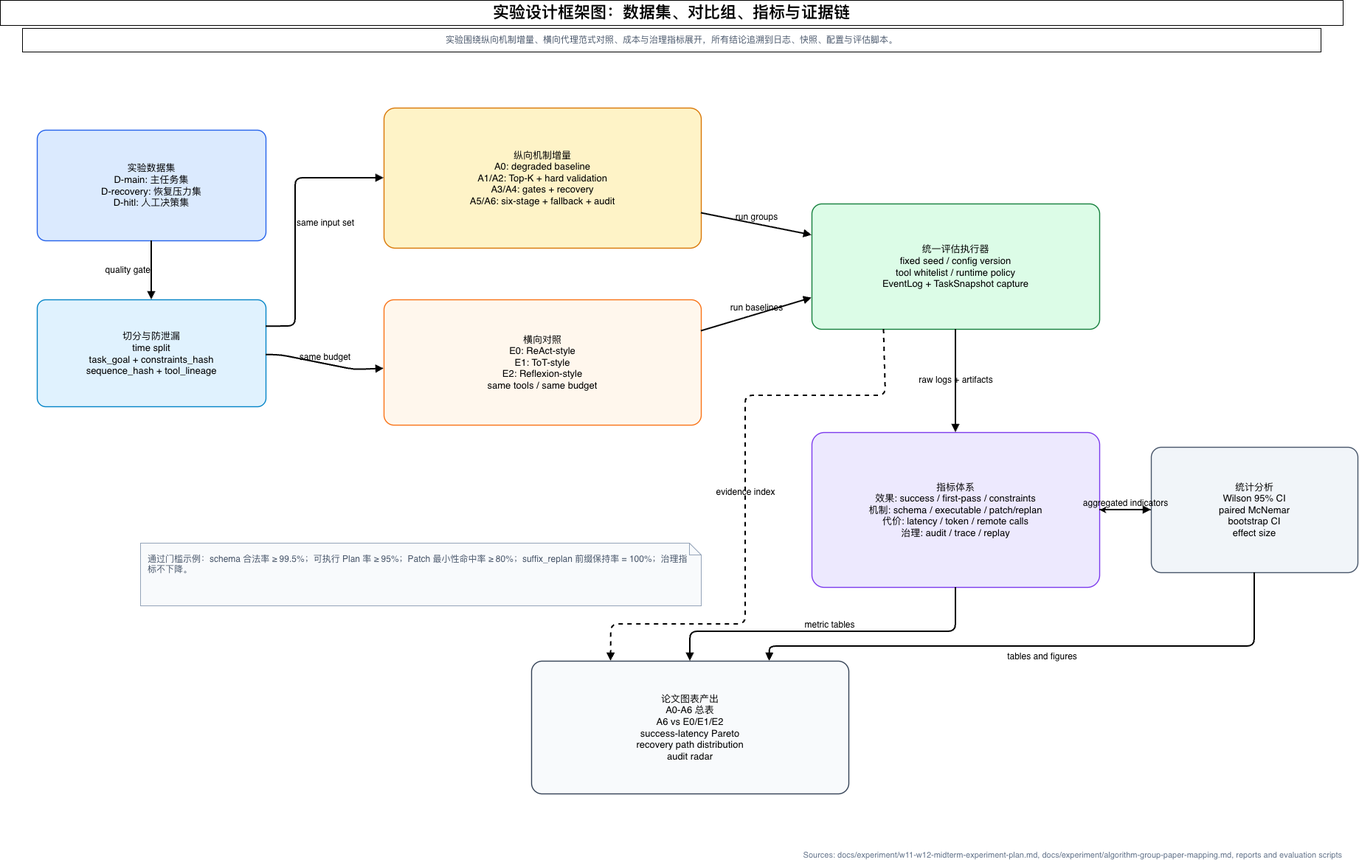
Earlier version of the draw.io export paper/figures/experiment-design-framework.drawio.png (Yuri-Kon/thesis-project). Source tidied: cells renumbered, new cells last; positions are measured from the earlier drawing's top-left corner, leaving out a move shared by most shapes.
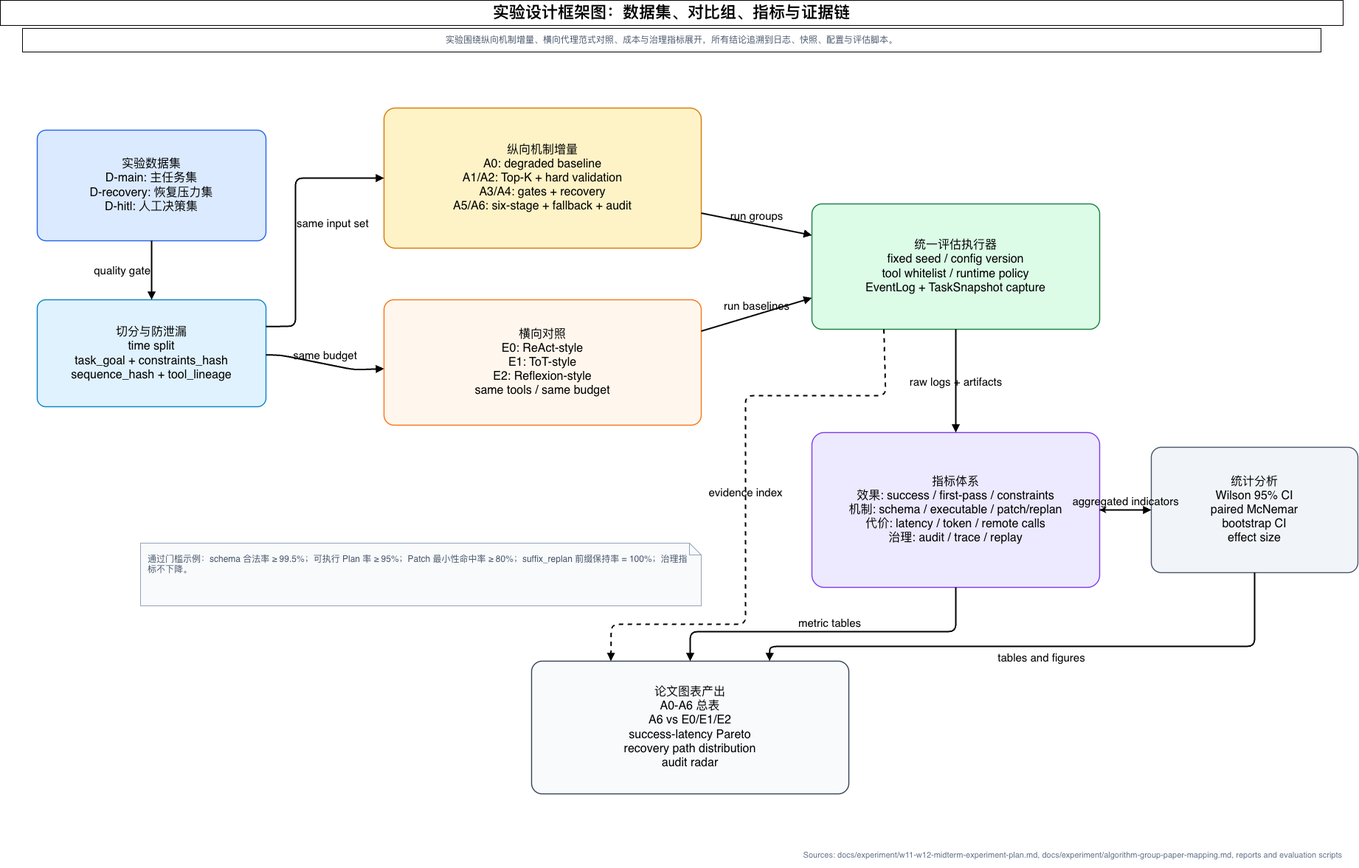
After the commit.

Change to the diagram source:
```diff
@@ -8,37 +8,40 @@
     <mxCell id="3" value="实验围绕纵向机制增量、横向代理范式对照、成本与治理指标展开，所有结论追溯到日志、快照、配置与评估脚本。" style="fontFamily=Helvetica;fontSize=12;fontColor=#475569;align=center;verticalAlign=middle;whiteSpace=wrap;html=1;" parent="1" vertex="1">
       <mxGeometry x="30" y="38" width="1760" height="32" as="geometry" />
     </mxCell>
-    <mxCell id="4" value="实验数据集&lt;br&gt;D-main: 主任务集&lt;br&gt;D-recovery: 恢复压力集&lt;br&gt;D-hitl: 人工决策集" style="rounded=1;whiteSpace=wrap;html=1;arcSize=8;fillColor=#DBEAFE;strokeColor=#2563EB;strokeWidth=1.4;fontFamily=Helvetica;fontSize=13;align=center;verticalAlign=middle;spacing=8;" parent="1" vertex="1">
+    <mxCell id="4" value="实验数据集&lt;br&gt;D-main: 主任务集&lt;br&gt;D-recovery: 恢复压力集&lt;br&gt;D-hitl: 人工决策集" style="rounded=1;whiteSpace=wrap;html=1;arcSize=8;fillColor=#DBEAFE;strokeColor=#2563EB;strokeWidth=1.4;fontFamily=Helvetica;fontSize=16;align=center;verticalAlign=middle;spacing=8;" parent="1" vertex="1">
       <mxGeometry x="50" y="176" width="310" height="150" as="geometry" />
     </mxCell>
-    <mxCell id="5" value="切分与防泄漏&lt;br&gt;time split&lt;br&gt;task_goal + constraints_hash&lt;br&gt;sequence_hash + tool_lineage" style="rounded=1;whiteSpace=wrap;html=1;arcSize=8;fillColor=#E0F2FE;strokeColor=#0284C7;strokeWidth=1.4;fontFamily=Helvetica;fontSize=13;align=center;verticalAlign=middle;spacing=8;" parent="1" vertex="1">
+    <mxCell id="5" value="切分与防泄漏&lt;br&gt;time split&lt;br&gt;task_goal + constraints_hash&lt;br&gt;sequence_hash + tool_lineage" style="rounded=1;whiteSpace=wrap;html=1;arcSize=8;fillColor=#E0F2FE;strokeColor=#0284C7;strokeWidth=1.4;fontFamily=Helvetica;fontSize=16;align=center;verticalAlign=middle;spacing=8;" parent="1" vertex="1">
       <mxGeometry x="50" y="406" width="310" height="145" as="geometry" />
     </mxCell>
-    <mxCell id="6" value="纵向机制增量&lt;br&gt;A0: degraded baseline&lt;br&gt;A1/A2: Top-K + hard validation&lt;br&gt;A3/A4: gates + recovery&lt;br&gt;A5/A6: six-stage + fallback + audit" style="rounded=1;whiteSpace=wrap;html=1;arcSize=8;fillColor=#FEF3C7;strokeColor=#D97706;strokeWidth=1.4;fontFamily=Helvetica;fontSize=13;align=center;verticalAlign=middle;spacing=8;" parent="1" vertex="1">
+    <mxCell id="6" value="纵向机制增量&lt;br&gt;A0: degraded baseline&lt;br&gt;A1/A2: Top-K + hard validation&lt;br&gt;A3/A4: gates + recovery&lt;br&gt;A5/A6: six-stage + fallback + audit" style="rounded=1;whiteSpace=wrap;html=1;arcSize=8;fillColor=#FEF3C7;strokeColor=#D97706;strokeWidth=1.4;fontFamily=Helvetica;fontSize=16;align=center;verticalAlign=middle;spacing=8;" parent="1" vertex="1">
       <mxGeometry x="520" y="146" width="430" height="190" as="geometry" />
     </mxCell>
-    <mxCell id="7" value="横向对照&lt;br&gt;E0: ReAct-style&lt;br&gt;E1: ToT-style&lt;br&gt;E2: Reflexion-style&lt;br&gt;same tools / same budget" style="rounded=1;whiteSpace=wrap;html=1;arcSize=8;fillColor=#FFF7ED;strokeColor=#F97316;strokeWidth=1.4;fontFamily=Helvetica;fontSize=13;align=center;verticalAlign=middle;spacing=8;" parent="1" vertex="1">
+    <mxCell id="7" value="横向对照&lt;br&gt;E0: ReAct-style&lt;br&gt;E1: ToT-style&lt;br&gt;E2: Reflexion-style&lt;br&gt;same tools / same budget" style="rounded=1;whiteSpace=wrap;html=1;arcSize=8;fillColor=#FFF7ED;strokeColor=#F97316;strokeWidth=1.4;fontFamily=Helvetica;fontSize=16;align=center;verticalAlign=middle;spacing=8;" parent="1" vertex="1">
       <mxGeometry x="520" y="406" width="430" height="170" as="geometry" />
     </mxCell>
-    <mxCell id="8" value="统一评估执行器&lt;br&gt;fixed seed / config version&lt;br&gt;tool whitelist / runtime policy&lt;br&gt;EventLog + TaskSnapshot capture" style="rounded=1;whiteSpace=wrap;html=1;arcSize=8;fillColor=#DCFCE7;strokeColor=#15803D;strokeWidth=1.4;fontFamily=Helvetica;fontSize=13;align=center;verticalAlign=middle;spacing=8;" parent="1" vertex="1">
+    <mxCell id="8" value="统一评估执行器&lt;br&gt;fixed seed / config version&lt;br&gt;tool whitelist / runtime policy&lt;br&gt;EventLog + TaskSnapshot capture" style="rounded=1;whiteSpace=wrap;html=1;arcSize=8;fillColor=#DCFCE7;strokeColor=#15803D;strokeWidth=1.4;fontFamily=Helvetica;fontSize=16;align=center;verticalAlign=middle;spacing=8;" parent="1" vertex="1">
       <mxGeometry x="1100" y="276" width="390" height="170" as="geometry" />
     </mxCell>
-    <mxCell id="9" value="指标体系&lt;br&gt;效果: success / first-pass / constraints&lt;br&gt;机制: schema / executable / patch/replan&lt;br&gt;代价: latency / token / remote calls&lt;br&gt;治理: audit / trace / replay" style="rounded=1;whiteSpace=wrap;html=1;arcSize=8;fillColor=#EDE9FE;strokeColor=#7C3AED;strokeWidth=1.4;fontFamily=Helvetica;fontSize=13;align=center;verticalAlign=middle;spacing=8;" parent="1" vertex="1">
+    <mxCell id="9" value="指标体系&lt;br&gt;效果: success / first-pass / constraints&lt;br&gt;机制: schema / executable / patch/replan&lt;br&gt;代价: latency / token / remote calls&lt;br&gt;治理: audit / trace / replay" style="rounded=1;whiteSpace=wrap;html=1;arcSize=8;fillColor=#EDE9FE;strokeColor=#7C3AED;strokeWidth=1.4;fontFamily=Helvetica;fontSize=16;align=center;verticalAlign=middle;spacing=8;" parent="1" vertex="1">
       <mxGeometry x="1100" y="586" width="390" height="210" as="geometry" />
     </mxCell>
     <mxCell id="10" style="edgeStyle=orthogonalEdgeStyle;rounded=0;jettySize=auto;html=1;" parent="1" edge="1" source="11" target="9">
       <mxGeometry relative="1" as="geometry" />
     </mxCell>
+    <mxCell id="25" style="edgeStyle=orthogonalEdgeStyle;rounded=0;jettySize=auto;html=1;" parent="1" edge="1" source="11" target="9">
+      <mxGeometry relative="1" as="geometry" />
+    </mxCell>
-    <mxCell id="11" value="统计分析&lt;br&gt;Wilson 95% CI&lt;br&gt;paired McNemar&lt;br&gt;bootstrap CI&lt;br&gt;effect size" style="rounded=1;whiteSpace=wrap;html=1;arcSize=8;fillColor=#F1F5F9;strokeColor=#475569;strokeWidth=1.4;fontFamily=Helvetica;fontSize=13;align=center;verticalAlign=middle;spacing=8;" parent="1" vertex="1">
+    <mxCell id="11" value="统计分析&lt;br&gt;Wilson 95% CI&lt;br&gt;paired McNemar&lt;br&gt;bootstrap CI&lt;br&gt;effect size" style="rounded=1;whiteSpace=wrap;html=1;arcSize=8;fillColor=#F1F5F9;strokeColor=#475569;strokeWidth=1.4;fontFamily=Helvetica;fontSize=16;align=center;verticalAlign=middle;spacing=8;" parent="1" vertex="1">
       <mxGeometry x="1560" y="606" width="280" height="170" as="geometry" />
     </mxCell>
-    <mxCell id="12" value="论文图表产出&lt;br&gt;A0-A6 总表&lt;br&gt;A6 vs E0/E1/E2&lt;br&gt;success-latency Pareto&lt;br&gt;recovery path distribution&lt;br&gt;audit radar" style="rounded=1;whiteSpace=wrap;html=1;arcSize=8;fillColor=#F8FAFC;strokeColor=#334155;strokeWidth=1.4;fontFamily=Helvetica;fontSize=13;align=center;verticalAlign=middle;spacing=8;" parent="1" vertex="1">
+    <mxCell id="12" value="论文图表产出&lt;br&gt;A0-A6 总表&lt;br&gt;A6 vs E0/E1/E2&lt;br&gt;success-latency Pareto&lt;br&gt;recovery path distribution&lt;br&gt;audit radar" style="rounded=1;whiteSpace=wrap;html=1;arcSize=8;fillColor=#F8FAFC;strokeColor=#334155;strokeWidth=1.4;fontFamily=Helvetica;fontSize=16;align=center;verticalAlign=middle;spacing=8;" parent="1" vertex="1">
       <mxGeometry x="720" y="896" width="430" height="180" as="geometry" />
     </mxCell>
-    <mxCell id="13" value="quality gate" style="endArrow=block;html=1;rounded=1;strokeWidth=2;fontSize=12;fontFamily=Helvetica;labelBackgroundColor=none;labelPosition=left;verticalLabelPosition=middle;align=right;verticalAlign=middle;" parent="1" edge="1" source="4" target="5">
+    <mxCell id="13" value="quality gate" style="endArrow=block;html=1;rounded=1;strokeWidth=2;fontSize=15;fontFamily=Helvetica;labelBackgroundColor=none;labelPosition=left;verticalLabelPosition=middle;align=right;verticalAlign=middle;" parent="1" edge="1" source="4" target="5">
       <mxGeometry relative="1" as="geometry" />
     </mxCell>
-    <mxCell id="14" value="same input set" style="endArrow=block;html=1;rounded=1;strokeWidth=2;fontSize=12;fontFamily=Helvetica;labelBackgroundColor=none;exitX=1;exitY=0.25;exitDx=0;exitDy=0;entryX=0;entryY=0.5;entryDx=0;entryDy=0;labelPosition=right;verticalLabelPosition=middle;align=left;verticalAlign=middle;" parent="1" edge="1" source="5" target="6">
+    <mxCell id="14" value="same input set" style="endArrow=block;html=1;rounded=1;strokeWidth=2;fontSize=15;fontFamily=Helvetica;labelBackgroundColor=none;exitX=1;exitY=0.25;exitDx=0;exitDy=0;entryX=0;entryY=0.5;entryDx=0;entryDy=0;labelPosition=right;verticalLabelPosition=middle;align=left;verticalAlign=middle;" parent="1" edge="1" source="5" target="6">
       <mxGeometry relative="1" as="geometry">
         <Array as="points">
           <mxPoint x="400" y="442" />
@@ -46,7 +49,7 @@
         </Array>
       </mxGeometry>
     </mxCell>
-    <mxCell id="15" value="same budget" style="endArrow=block;html=1;rounded=1;strokeWidth=2;fontSize=12;fontFamily=Helvetica;labelBackgroundColor=none;labelPosition=center;verticalLabelPosition=top;align=center;verticalAlign=bottom;" parent="1" edge="1" source="5" target="7">
+    <mxCell id="15" value="same budget" style="endArrow=block;html=1;rounded=1;strokeWidth=2;fontSize=15;fontFamily=Helvetica;labelBackgroundColor=none;labelPosition=center;verticalLabelPosition=top;align=center;verticalAlign=bottom;" parent="1" edge="1" source="5" target="7">
       <mxGeometry relative="1" as="geometry">
         <Array as="points">
           <mxPoint x="380" y="481" />
@@ -54,19 +57,19 @@
         </Array>
       </mxGeometry>
     </mxCell>
-    <mxCell id="16" value="run groups" style="endArrow=block;html=1;rounded=1;strokeWidth=2;fontSize=12;fontFamily=Helvetica;labelBackgroundColor=none;entryX=0;entryY=0.25;entryDx=0;entryDy=0;exitX=1;exitY=0.75;exitDx=0;exitDy=0;labelPosition=center;verticalLabelPosition=top;align=center;verticalAlign=bottom;" parent="1" edge="1" source="6" target="8">
+    <mxCell id="16" value="run groups" style="endArrow=block;html=1;rounded=1;strokeWidth=2;fontSize=15;fontFamily=Helvetica;labelBackgroundColor=none;entryX=0;entryY=0.25;entryDx=0;entryDy=0;exitX=1;exitY=0.75;exitDx=0;exitDy=0;labelPosition=center;verticalLabelPosition=top;align=center;verticalAlign=bottom;" parent="1" edge="1" source="6" target="8">
       <mxGeometry relative="1" as="geometry" />
     </mxCell>
-    <mxCell id="17" value="run baselines" style="endArrow=block;html=1;rounded=1;strokeWidth=2;fontSize=12;fontFamily=Helvetica;labelBackgroundColor=none;entryX=0;entryY=0.75;entryDx=0;entryDy=0;exitX=1;exitY=0.25;exitDx=0;exitDy=0;labelPosition=center;verticalLabelPosition=top;align=center;verticalAlign=bottom;" parent="1" edge="1" source="7" target="8">
+    <mxCell id="17" value="run baselines" style="endArrow=block;html=1;rounded=1;strokeWidth=2;fontSize=15;fontFamily=Helvetica;labelBackgroundColor=none;entryX=0;entryY=0.75;entryDx=0;entryDy=0;exitX=1;exitY=0.25;exitDx=0;exitDy=0;labelPosition=center;verticalLabelPosition=top;align=center;verticalAlign=bottom;" parent="1" edge="1" source="7" target="8">
       <mxGeometry relative="1" as="geometry" />
     </mxCell>
-    <mxCell id="18" value="raw logs + artifacts" style="endArrow=block;html=1;rounded=1;strokeWidth=2;fontSize=12;fontFamily=Helvetica;labelBackgroundColor=none;" parent="1" edge="1" source="8" target="9">
+    <mxCell id="18" value="raw logs + artifacts" style="endArrow=block;html=1;rounded=1;strokeWidth=2;fontSize=15;fontFamily=Helvetica;labelBackgroundColor=none;" parent="1" edge="1" source="8" target="9">
       <mxGeometry relative="1" as="geometry" />
     </mxCell>
-    <mxCell id="19" value="aggregated indicators" style="endArrow=block;html=1;rounded=1;strokeWidth=2;fontSize=12;fontFamily=Helvetica;labelBackgroundColor=none;labelPosition=center;verticalLabelPosition=top;align=center;verticalAlign=bottom;" parent="1" edge="1" source="9" target="11">
+    <mxCell id="19" value="aggregated indicators" style="endArrow=block;html=1;rounded=1;strokeWidth=2;fontSize=15;fontFamily=Helvetica;labelBackgroundColor=none;labelPosition=center;verticalLabelPosition=top;align=center;verticalAlign=bottom;" parent="1" edge="1" source="9" target="11">
       <mxGeometry relative="1" as="geometry" />
     </mxCell>
-    <mxCell id="20" value="tables and figures" style="endArrow=block;html=1;rounded=1;strokeWidth=2;fontSize=12;fontFamily=Helvetica;labelBackgroundColor=none;entryX=0.75;entryY=0;entryDx=0;entryDy=0;labelPosition=center;verticalLabelPosition=bottom;align=center;verticalAlign=top;" parent="1" edge="1" source="11" target="12">
+    <mxCell id="20" value="tables and figures" style="endArrow=block;html=1;rounded=1;strokeWidth=2;fontSize=15;fontFamily=Helvetica;labelBackgroundColor=none;entryX=0.75;entryY=0;entryDx=0;entryDy=0;labelPosition=center;verticalLabelPosition=bottom;align=center;verticalAlign=top;" parent="1" edge="1" source="11" target="12">
       <mxGeometry relative="1" as="geometry">
         <Array as="points">
           <mxPoint x="1700" y="876" />
@@ -74,7 +77,7 @@
         </Array>
       </mxGeometry>
     </mxCell>
-    <mxCell id="21" value="metric tables" style="endArrow=block;html=1;rounded=1;strokeWidth=2;fontSize=12;fontFamily=Helvetica;labelBackgroundColor=none;labelPosition=center;verticalLabelPosition=top;align=center;verticalAlign=bottom;" parent="1" edge="1" source="9" target="12">
+    <mxCell id="21" value="metric tables" style="endArrow=block;html=1;rounded=1;strokeWidth=2;fontSize=15;fontFamily=Helvetica;labelBackgroundColor=none;labelPosition=center;verticalLabelPosition=top;align=center;verticalAlign=bottom;" parent="1" edge="1" source="9" target="12">
       <mxGeometry relative="1" as="geometry">
         <Array as="points">
           <mxPoint x="1295" y="856" />
@@ -82,7 +85,7 @@
         </Array>
       </mxGeometry>
     </mxCell>
-    <mxCell id="22" value="evidence index" style="endArrow=block;html=1;rounded=1;strokeWidth=2;fontSize=12;fontFamily=Helvetica;labelBackgroundColor=none;dashed=1;exitX=0.25;exitY=1;exitDx=0;exitDy=0;entryX=0.25;entryY=0;entryDx=0;entryDy=0;" parent="1" edge="1" source="8" target="12">
+    <mxCell id="22" value="evidence index" style="endArrow=block;html=1;rounded=1;strokeWidth=2;fontSize=15;fontFamily=Helvetica;labelBackgroundColor=none;dashed=1;exitX=0.25;exitY=1;exitDx=0;exitDy=0;entryX=0.25;entryY=0;entryDx=0;entryDy=0;" parent="1" edge="1" source="8" target="12">
       <mxGeometry relative="1" as="geometry">
         <Array as="points">
           <mxPoint x="1200" y="536" />
```
